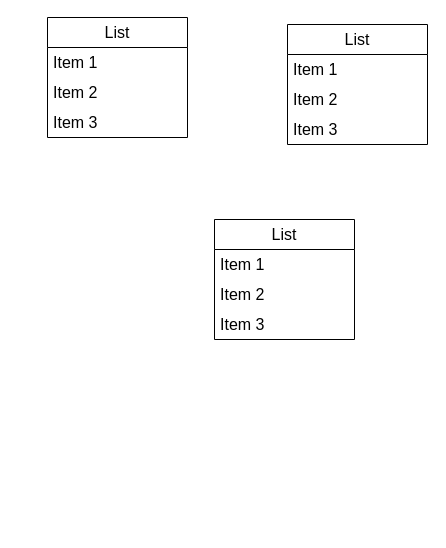
This is Chat.drawio from xaylpq/chat, a draw.io file, before an edit. Source tidied: cells renumbered, new cells numbered last; positions are measured from the earlier drawing's top-left corner, leaving out a move shared by most shapes. Both pictures are drawn from the tidied source at 100%, with x=0, y=0 at pixel (47, 17).
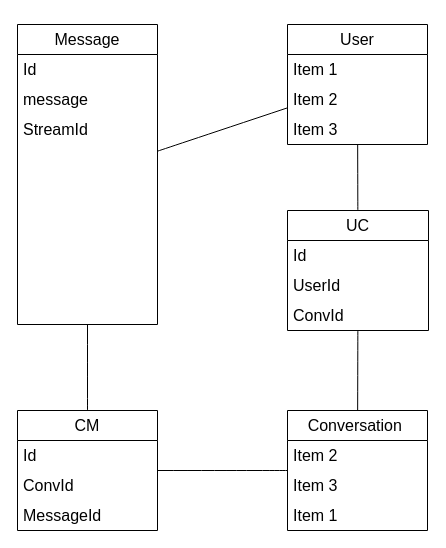
The same diagram, later.

What changed in the source:
```diff
@@
-    <mxCell id="2" value="List" style="swimlane;fontStyle=0;horizontal=1;startSize=30;whiteSpace=wrap;html=1;fontSize=16;" parent="1" vertex="1">
-      <mxGeometry x="167" y="202" width="140" height="120" as="geometry" />
+    <mxCell id="2" value="Conversation&amp;nbsp;" style="swimlane;fontStyle=0;horizontal=1;startSize=30;whiteSpace=wrap;html=1;fontSize=16;" parent="1" vertex="1">
+      <mxGeometry x="240" y="393" width="140" height="120" as="geometry" />
     </mxCell>
-    <mxCell id="3" value="Item 1" style="text;strokeColor=none;fillColor=none;align=left;verticalAlign=middle;spacingLeft=4;spacingRight=4;overflow=hidden;whiteSpace=wrap;html=1;fontSize=16;" parent="2" vertex="1">
-      <mxGeometry y="30" width="140" height="30" as="geometry" />
-    </mxCell>
     <mxCell id="4" value="Item 2" style="text;strokeColor=none;fillColor=none;align=left;verticalAlign=middle;spacingLeft=4;spacingRight=4;overflow=hidden;whiteSpace=wrap;html=1;fontSize=16;" parent="2" vertex="1">
-      <mxGeometry y="60" width="140" height="30" as="geometry" />
+      <mxGeometry y="30" width="140" height="30" as="geometry" />
     </mxCell>
     <mxCell id="5" value="Item 3" style="text;strokeColor=none;fillColor=none;align=left;verticalAlign=middle;spacingLeft=4;spacingRight=4;overflow=hidden;whiteSpace=wrap;html=1;fontSize=16;" parent="2" vertex="1">
-      <mxGeometry y="90" width="140" height="30" as="geometry" />
+      <mxGeometry y="60" width="140" height="30" as="geometry" />
     </mxCell>
+    <mxCell id="3" value="Item 1" style="text;strokeColor=none;fillColor=none;align=left;verticalAlign=middle;spacingLeft=4;spacingRight=4;overflow=hidden;whiteSpace=wrap;html=1;fontSize=16;" parent="2" vertex="1">
+      <mxGeometry y="90" width="140" height="30" as="geometry" />
+    </mxCell>
-    <mxCell id="6" value="List" style="swimlane;fontStyle=0;horizontal=1;startSize=30;whiteSpace=wrap;html=1;fontSize=16;" parent="1" vertex="1">
+    <mxCell id="6" value="User" style="swimlane;fontStyle=0;horizontal=1;startSize=30;whiteSpace=wrap;html=1;fontSize=16;" parent="1" vertex="1">
       <mxGeometry x="240" y="7" width="140" height="120" as="geometry" />
     </mxCell>
@@
-    <mxCell id="10" value="List" style="swimlane;fontStyle=0;horizontal=1;startSize=30;whiteSpace=wrap;html=1;fontSize=16;" parent="1" vertex="1">
-      <mxGeometry width="140" height="120" as="geometry" />
+    <mxCell id="10" value="Message" style="swimlane;fontStyle=0;horizontal=1;startSize=30;whiteSpace=wrap;html=1;fontSize=16;" parent="1" vertex="1">
+      <mxGeometry x="-30" y="7" width="140" height="300" as="geometry" />
     </mxCell>
-    <mxCell id="11" value="Item 1" style="text;strokeColor=none;fillColor=none;align=left;verticalAlign=middle;spacingLeft=4;spacingRight=4;overflow=hidden;whiteSpace=wrap;html=1;fontSize=16;" parent="10" vertex="1">
+    <mxCell id="11" value="Id" style="text;strokeColor=none;fillColor=none;align=left;verticalAlign=middle;spacingLeft=4;spacingRight=4;overflow=hidden;whiteSpace=wrap;html=1;fontSize=16;" parent="10" vertex="1">
       <mxGeometry y="30" width="140" height="30" as="geometry" />
     </mxCell>
-    <mxCell id="12" value="Item 2" style="text;strokeColor=none;fillColor=none;align=left;verticalAlign=middle;spacingLeft=4;spacingRight=4;overflow=hidden;whiteSpace=wrap;html=1;fontSize=16;" parent="10" vertex="1">
+    <mxCell id="12" value="message" style="text;strokeColor=none;fillColor=none;align=left;verticalAlign=middle;spacingLeft=4;spacingRight=4;overflow=hidden;whiteSpace=wrap;html=1;fontSize=16;" parent="10" vertex="1">
       <mxGeometry y="60" width="140" height="30" as="geometry" />
     </mxCell>
-    <mxCell id="13" value="Item 3" style="text;strokeColor=none;fillColor=none;align=left;verticalAlign=middle;spacingLeft=4;spacingRight=4;overflow=hidden;whiteSpace=wrap;html=1;fontSize=16;" parent="10" vertex="1">
+    <mxCell id="13" value="StreamId" style="text;strokeColor=none;fillColor=none;align=left;verticalAlign=middle;spacingLeft=4;spacingRight=4;overflow=hidden;whiteSpace=wrap;html=1;fontSize=16;" parent="10" vertex="1">
       <mxGeometry y="90" width="140" height="30" as="geometry" />
     </mxCell>
+    <mxCell id="14" style="text;strokeColor=none;fillColor=none;align=left;verticalAlign=middle;spacingLeft=4;spacingRight=4;overflow=hidden;whiteSpace=wrap;html=1;fontSize=16;" parent="10" vertex="1">
+      <mxGeometry y="120" width="140" height="30" as="geometry" />
+    </mxCell>
+    <mxCell id="15" style="text;strokeColor=none;fillColor=none;align=left;verticalAlign=middle;spacingLeft=4;spacingRight=4;overflow=hidden;whiteSpace=wrap;html=1;fontSize=16;" parent="10" vertex="1">
+      <mxGeometry y="150" width="140" height="30" as="geometry" />
+    </mxCell>
+    <mxCell id="16" style="text;strokeColor=none;fillColor=none;align=left;verticalAlign=middle;spacingLeft=4;spacingRight=4;overflow=hidden;whiteSpace=wrap;html=1;fontSize=16;" parent="10" vertex="1">
+      <mxGeometry y="180" width="140" height="30" as="geometry" />
+    </mxCell>
+    <mxCell id="17" style="text;strokeColor=none;fillColor=none;align=left;verticalAlign=middle;spacingLeft=4;spacingRight=4;overflow=hidden;whiteSpace=wrap;html=1;fontSize=16;" parent="10" vertex="1">
+      <mxGeometry y="210" width="140" height="30" as="geometry" />
+    </mxCell>
+    <mxCell id="18" style="text;strokeColor=none;fillColor=none;align=left;verticalAlign=middle;spacingLeft=4;spacingRight=4;overflow=hidden;whiteSpace=wrap;html=1;fontSize=16;" parent="10" vertex="1">
+      <mxGeometry y="240" width="140" height="30" as="geometry" />
+    </mxCell>
+    <mxCell id="19" style="text;strokeColor=none;fillColor=none;align=left;verticalAlign=middle;spacingLeft=4;spacingRight=4;overflow=hidden;whiteSpace=wrap;html=1;fontSize=16;" parent="10" vertex="1">
+      <mxGeometry y="270" width="140" height="30" as="geometry" />
+    </mxCell>
+    <mxCell id="20" value="CM" style="swimlane;fontStyle=0;horizontal=1;startSize=30;whiteSpace=wrap;html=1;fontSize=16;" parent="1" vertex="1">
+      <mxGeometry x="-30" y="393" width="140" height="120" as="geometry" />
+    </mxCell>
+    <mxCell id="21" value="Id" style="text;strokeColor=none;fillColor=none;align=left;verticalAlign=middle;spacingLeft=4;spacingRight=4;overflow=hidden;whiteSpace=wrap;html=1;fontSize=16;" parent="20" vertex="1">
+      <mxGeometry y="30" width="140" height="30" as="geometry" />
+    </mxCell>
+    <mxCell id="22" value="ConvId" style="text;strokeColor=none;fillColor=none;align=left;verticalAlign=middle;spacingLeft=4;spacingRight=4;overflow=hidden;whiteSpace=wrap;html=1;fontSize=16;" parent="20" vertex="1">
+      <mxGeometry y="60" width="140" height="30" as="geometry" />
+    </mxCell>
+    <mxCell id="23" value="MessageId" style="text;strokeColor=none;fillColor=none;align=left;verticalAlign=middle;spacingLeft=4;spacingRight=4;overflow=hidden;whiteSpace=wrap;html=1;fontSize=16;" parent="20" vertex="1">
+      <mxGeometry y="90" width="140" height="30" as="geometry" />
+    </mxCell>
+    <mxCell id="24" value="UC" style="swimlane;fontStyle=0;horizontal=1;startSize=30;whiteSpace=wrap;html=1;fontSize=16;" parent="1" vertex="1">
+      <mxGeometry x="240" y="193" width="141" height="120" as="geometry" />
+    </mxCell>
+    <mxCell id="25" value="Id" style="text;strokeColor=none;fillColor=none;align=left;verticalAlign=middle;spacingLeft=4;spacingRight=4;overflow=hidden;whiteSpace=wrap;html=1;fontSize=16;" parent="24" vertex="1">
+      <mxGeometry y="30" width="141" height="30" as="geometry" />
+    </mxCell>
+    <mxCell id="26" value="UserId" style="text;strokeColor=none;fillColor=none;align=left;verticalAlign=middle;spacingLeft=4;spacingRight=4;overflow=hidden;whiteSpace=wrap;html=1;fontSize=16;" parent="24" vertex="1">
+      <mxGeometry y="60" width="141" height="30" as="geometry" />
+    </mxCell>
+    <mxCell id="27" value="ConvId" style="text;strokeColor=none;fillColor=none;align=left;verticalAlign=middle;spacingLeft=4;spacingRight=4;overflow=hidden;whiteSpace=wrap;html=1;fontSize=16;" parent="24" vertex="1">
+      <mxGeometry y="90" width="141" height="30" as="geometry" />
+    </mxCell>
+    <mxCell id="28" style="endArrow=none;html=1;rounded=0;fontSize=12;startSize=8;endSize=8;curved=1;" parent="1" edge="1" source="24" target="6">
+      <mxGeometry relative="1" as="geometry" />
+    </mxCell>
+    <mxCell id="29" style="endArrow=none;html=1;rounded=0;fontSize=12;startSize=8;endSize=8;curved=1;" parent="1" edge="1" source="24" target="2">
+      <mxGeometry relative="1" as="geometry" />
+    </mxCell>
+    <mxCell id="30" style="endArrow=none;html=1;rounded=0;fontSize=12;startSize=8;endSize=8;curved=1;" parent="1" edge="1" source="10" target="6">
+      <mxGeometry relative="1" as="geometry" />
+    </mxCell>
+    <mxCell id="31" style="endArrow=none;html=1;rounded=0;fontSize=12;startSize=8;endSize=8;curved=1;" parent="1" edge="1" source="2" target="20">
+      <mxGeometry relative="1" as="geometry" />
+    </mxCell>
+    <mxCell id="32" style="endArrow=none;html=1;rounded=0;fontSize=12;startSize=8;endSize=8;curved=1;" parent="1" edge="1" source="20" target="10">
+      <mxGeometry relative="1" as="geometry" />
+    </mxCell>
```
